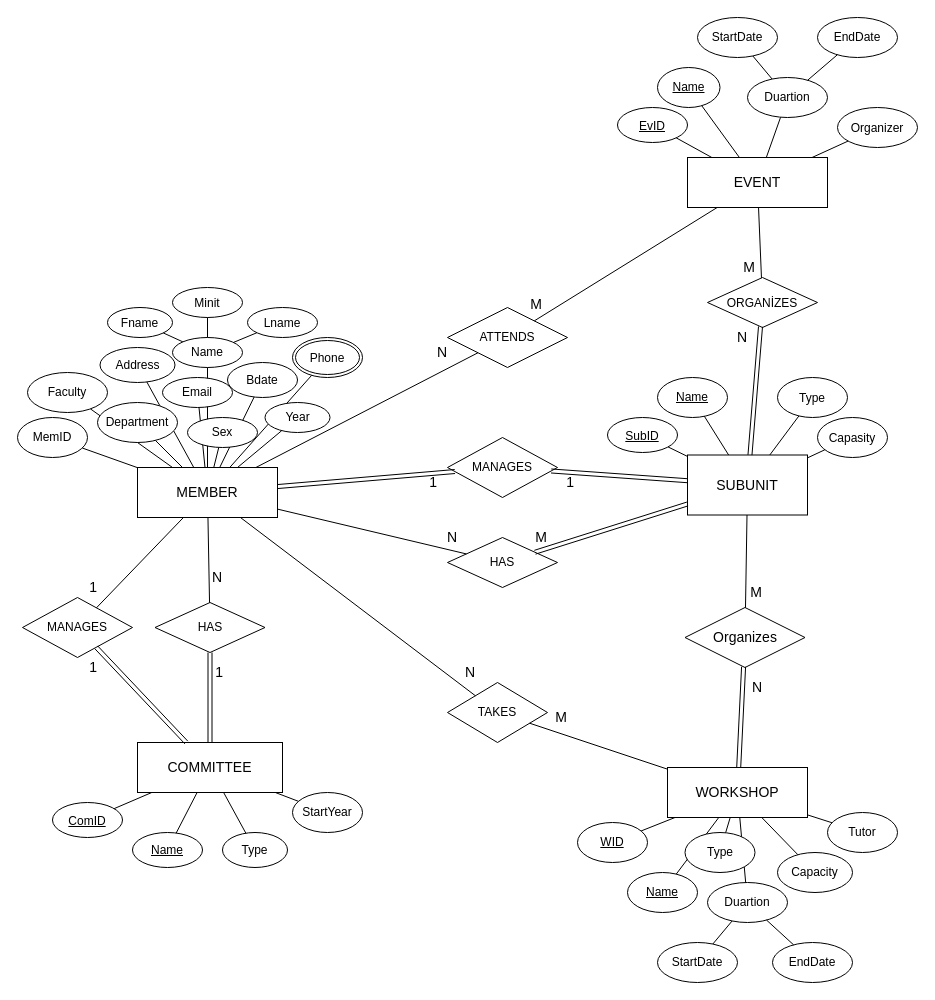
RadwanH/University-Club-Membership keeps this draw.io diagram as DBHw.drawio. Above is the earlier version. Source tidied: cells renumbered, new cells numbered last; positions are measured from the earlier drawing's top-left corner, leaving out a move shared by most shapes. Both pictures are drawn from the tidied source at 100%, with x=0, y=0 at pixel (17, 17).
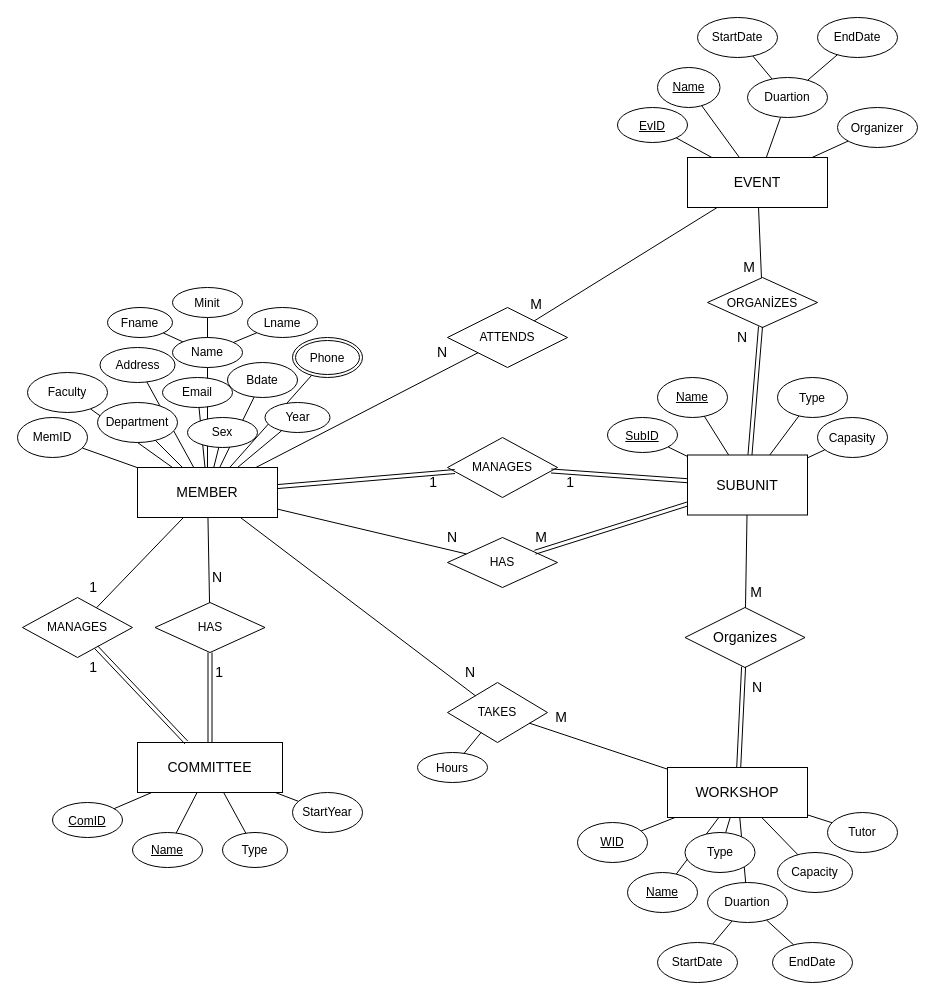
After the change.

The change refers to these unchanged cells:
```xml
<mxCell id="85" value="TAKES" style="shape=rhombus;perimeter=rhombusPerimeter;whiteSpace=wrap;html=1;align=center;fontSize=12;" parent="1" vertex="1">
  <mxGeometry x="430" y="665" width="100" height="60" as="geometry" />
</mxCell>
```

Diff of the diagram source:
```diff
@@
+    <mxCell id="117" value="&lt;font style=&quot;font-size: 12px&quot;&gt;Hours&lt;/font&gt;" style="ellipse;whiteSpace=wrap;html=1;align=center;fontSize=14;" parent="1" vertex="1">
+      <mxGeometry x="400" y="735" width="70" height="30" as="geometry" />
+    </mxCell>
+    <mxCell id="118" style="endArrow=none;html=1;rounded=0;fontSize=12;" parent="1" edge="1" source="85" target="117">
+      <mxGeometry relative="1" as="geometry" />
+    </mxCell>
```
